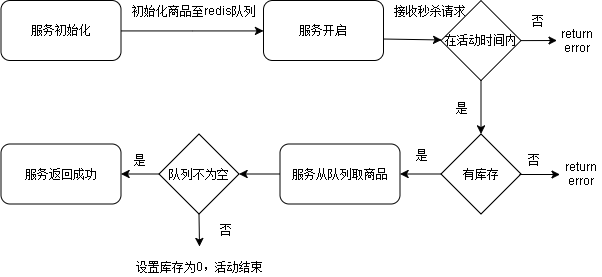
WindNotStop/seckill keeps this draw.io diagram as flow.png. Above is the earlier version. Source tidied: cells renumbered, new cells last; positions are measured from the earlier drawing's top-left corner, leaving out a move shared by most shapes.
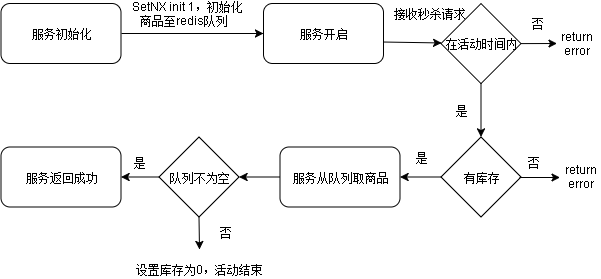
After the change.

Change to the diagram source:
```diff
@@ -16,8 +16,8 @@
     <mxCell id="5" value="服务开启" style="rounded=1;whiteSpace=wrap;html=1;" parent="1" vertex="1">
       <mxGeometry x="263" width="120" height="60" as="geometry" />
     </mxCell>
-    <mxCell id="6" value="初始化商品至redis队列 &amp;nbsp;" style="text;html=1;strokeColor=none;fillColor=none;align=center;verticalAlign=middle;whiteSpace=wrap;rounded=0;" parent="1" vertex="1">
-      <mxGeometry x="120.5" width="146" height="20" as="geometry" />
+    <mxCell id="6" value="SetNX init 1，初始化商品至redis队列 &amp;nbsp;" style="text;html=1;strokeColor=none;fillColor=none;align=center;verticalAlign=middle;whiteSpace=wrap;rounded=0;" parent="1" vertex="1">
+      <mxGeometry x="129" width="116" height="20" as="geometry" />
     </mxCell>
     <mxCell id="7" style="edgeStyle=none;rounded=0;jettySize=auto;html=1;exitX=0.5;exitY=1;exitDx=0;exitDy=0;" parent="1" edge="1" source="9" target="13">
       <mxGeometry relative="1" as="geometry" />
```
